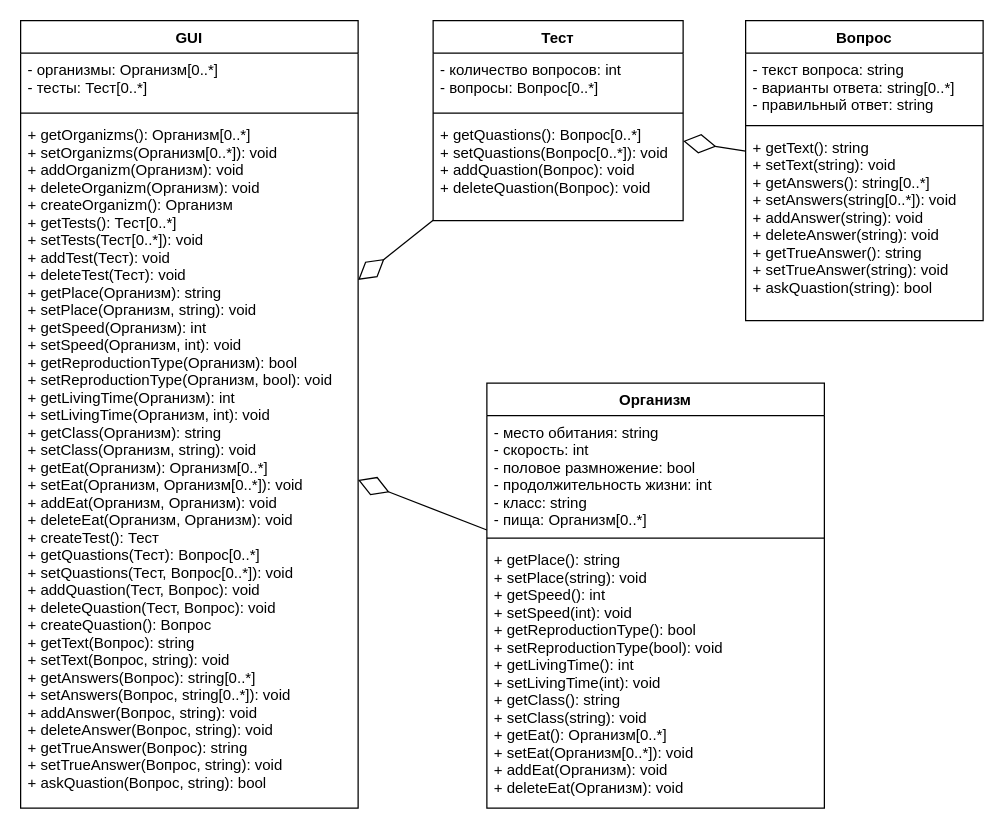
Before: class.drawio in kova5845/uml, a draw.io diagram. Source tidied: cells renumbered, new cells numbered last; positions are measured from the earlier drawing's top-left corner, leaving out a move shared by most shapes. Both pictures are drawn from the tidied source at 125%, with x=0, y=0 at pixel (20, 20).
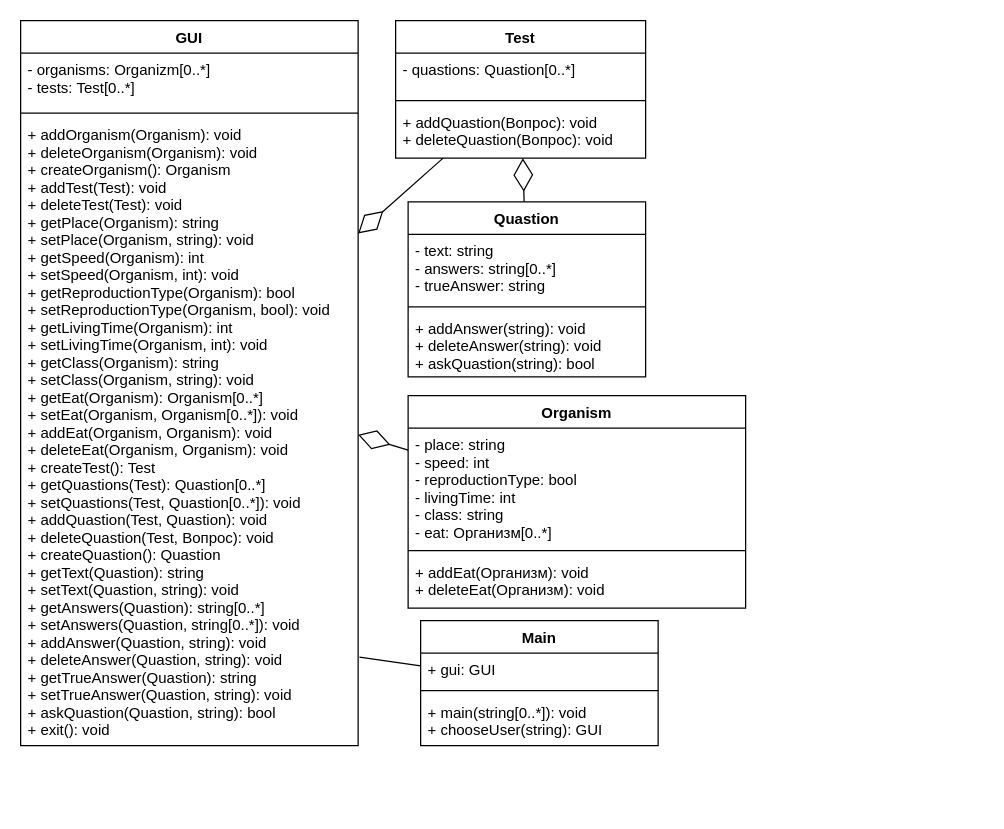
After the change.

What changed in the source:
```diff
@@
-    <mxCell id="2" value="Организм" style="swimlane;fontStyle=1;align=center;verticalAlign=top;horizontal=1;startSize=26;" parent="1" vertex="1">
-      <mxGeometry x="373" y="290" width="270" height="340" as="geometry" />
+    <mxCell id="2" value="Organism" style="swimlane;fontStyle=1;align=center;verticalAlign=top;horizontal=1;startSize=26;" parent="1" vertex="1">
+      <mxGeometry x="310" y="300" width="270" height="170" as="geometry" />
     </mxCell>
-    <mxCell id="3" value="- место обитания: string&#10;- скорость: int&#10;- половое размножение: bool&#10;- продолжительность жизни: int&#10;- класс: string&#10;- пища: Организм[0..*]&#10;" style="text;strokeColor=none;fillColor=none;align=left;verticalAlign=top;spacingLeft=4;spacingRight=4;overflow=hidden;" parent="2" vertex="1">
+    <mxCell id="3" value="- place: string&#10;- speed: int&#10;- reproductionType: bool&#10;- livingTime: int&#10;- class: string&#10;- eat: Организм[0..*]&#10;" style="text;strokeColor=none;fillColor=none;align=left;verticalAlign=top;spacingLeft=4;spacingRight=4;overflow=hidden;" parent="2" vertex="1">
       <mxGeometry y="26" width="270" height="94" as="geometry" />
     </mxCell>
@@
-    <mxCell id="5" value="+ getPlace(): string&#10;+ setPlace(string): void&#10;+ getSpeed(): int&#10;+ setSpeed(int): void&#10;+ getReproductionType(): bool&#10;+ setReproductionType(bool): void&#10;+ getLivingTime(): int&#10;+ setLivingTime(int): void&#10;+ getClass(): string&#10;+ setClass(string): void&#10;+ getEat(): Организм[0..*]&#10;+ setEat(Организм[0..*]): void&#10;+ addEat(Организм): void&#10;+ deleteEat(Организм): void" style="text;strokeColor=none;fillColor=none;align=left;verticalAlign=top;spacingLeft=4;spacingRight=4;overflow=hidden;" parent="2" vertex="1">
-      <mxGeometry y="128" width="270" height="212" as="geometry" />
+    <mxCell id="5" value="+ addEat(Организм): void&#10;+ deleteEat(Организм): void" style="text;strokeColor=none;fillColor=none;align=left;verticalAlign=top;spacingLeft=4;spacingRight=4;overflow=hidden;" parent="2" vertex="1">
+      <mxGeometry y="128" width="270" height="42" as="geometry" />
     </mxCell>
-    <mxCell id="6" value="Тест" style="swimlane;fontStyle=1;align=center;verticalAlign=top;horizontal=1;startSize=26;" parent="1" vertex="1">
-      <mxGeometry x="330" width="200" height="160" as="geometry" />
+    <mxCell id="6" value="Test" style="swimlane;fontStyle=1;align=center;verticalAlign=top;horizontal=1;startSize=26;" parent="1" vertex="1">
+      <mxGeometry x="300" width="200" height="110" as="geometry" />
     </mxCell>
-    <mxCell id="7" value="- количество вопросов: int&#10;- вопросы: Вопрос[0..*]" style="text;strokeColor=none;fillColor=none;align=left;verticalAlign=top;spacingLeft=4;spacingRight=4;overflow=hidden;" parent="6" vertex="1">
-      <mxGeometry y="26" width="200" height="44" as="geometry" />
+    <mxCell id="7" value="- quastions: Quastion[0..*]" style="text;strokeColor=none;fillColor=none;align=left;verticalAlign=top;spacingLeft=4;spacingRight=4;overflow=hidden;" parent="6" vertex="1">
+      <mxGeometry y="26" width="200" height="34" as="geometry" />
     </mxCell>
     <mxCell id="8" style="line;strokeWidth=1;fillColor=none;align=left;verticalAlign=middle;spacingTop=-1;spacingLeft=3;spacingRight=3;labelPosition=right;" parent="6" vertex="1">
-      <mxGeometry y="70" width="200" height="8" as="geometry" />
+      <mxGeometry y="60" width="200" height="8" as="geometry" />
     </mxCell>
-    <mxCell id="9" value="+ getQuastions(): Вопрос[0..*]&#10;+ setQuastions(Вопрос[0..*]): void&#10;+ addQuastion(Вопрос): void&#10;+ deleteQuastion(Вопрос): void" style="text;strokeColor=none;fillColor=none;align=left;verticalAlign=top;spacingLeft=4;spacingRight=4;overflow=hidden;" parent="6" vertex="1">
-      <mxGeometry y="78" width="200" height="82" as="geometry" />
+    <mxCell id="9" value="+ addQuastion(Вопрос): void&#10;+ deleteQuastion(Вопрос): void" style="text;strokeColor=none;fillColor=none;align=left;verticalAlign=top;spacingLeft=4;spacingRight=4;overflow=hidden;" parent="6" vertex="1">
+      <mxGeometry y="68" width="200" height="42" as="geometry" />
     </mxCell>
-    <mxCell id="10" value="Вопрос" style="swimlane;fontStyle=1;align=center;verticalAlign=top;horizontal=1;startSize=26;" parent="1" vertex="1">
-      <mxGeometry x="580" width="190" height="240" as="geometry" />
+    <mxCell id="10" value="Quastion" style="swimlane;fontStyle=1;align=center;verticalAlign=top;horizontal=1;startSize=26;" parent="1" vertex="1">
+      <mxGeometry x="310" y="145" width="190" height="140" as="geometry" />
     </mxCell>
-    <mxCell id="11" value="- текст вопроса: string&#10;- варианты ответа: string[0..*]&#10;- правильный ответ: string" style="text;strokeColor=none;fillColor=none;align=left;verticalAlign=top;spacingLeft=4;spacingRight=4;overflow=hidden;" parent="10" vertex="1">
+    <mxCell id="11" value="- text: string&#10;- answers: string[0..*]&#10;- trueAnswer: string" style="text;strokeColor=none;fillColor=none;align=left;verticalAlign=top;spacingLeft=4;spacingRight=4;overflow=hidden;" parent="10" vertex="1">
       <mxGeometry y="26" width="190" height="54" as="geometry" />
     </mxCell>
@@
-    <mxCell id="13" value="+ getText(): string&#10;+ setText(string): void&#10;+ getAnswers(): string[0..*]&#10;+ setAnswers(string[0..*]): void&#10;+ addAnswer(string): void&#10;+ deleteAnswer(string): void&#10;+ getTrueAnswer(): string&#10;+ setTrueAnswer(string): void&#10;+ askQuastion(string): bool" style="text;strokeColor=none;fillColor=none;align=left;verticalAlign=top;spacingLeft=4;spacingRight=4;overflow=hidden;" parent="10" vertex="1">
-      <mxGeometry y="88" width="190" height="152" as="geometry" />
+    <mxCell id="13" value="+ addAnswer(string): void&#10;+ deleteAnswer(string): void&#10;+ askQuastion(string): bool" style="text;strokeColor=none;fillColor=none;align=left;verticalAlign=top;spacingLeft=4;spacingRight=4;overflow=hidden;" parent="10" vertex="1">
+      <mxGeometry y="88" width="190" height="52" as="geometry" />
     </mxCell>
@@
     <mxCell id="15" value="GUI" style="swimlane;fontStyle=1;align=center;verticalAlign=top;horizontal=1;startSize=26;" parent="1" vertex="1">
-      <mxGeometry width="270" height="630" as="geometry" />
+      <mxGeometry width="270" height="580" as="geometry" />
     </mxCell>
-    <mxCell id="16" value="- организмы: Организм[0..*]&#10;- тесты: Тест[0..*]" style="text;strokeColor=none;fillColor=none;align=left;verticalAlign=top;spacingLeft=4;spacingRight=4;overflow=hidden;" parent="15" vertex="1">
+    <mxCell id="16" value="- organisms: Organizm[0..*]&#10;- tests: Test[0..*]" style="text;strokeColor=none;fillColor=none;align=left;verticalAlign=top;spacingLeft=4;spacingRight=4;overflow=hidden;" parent="15" vertex="1">
       <mxGeometry y="26" width="270" height="44" as="geometry" />
     </mxCell>
@@
-    <mxCell id="18" value="+ getOrganizms(): Организм[0..*]&#10;+ setOrganizms(Организм[0..*]): void&#10;+ addOrganizm(Организм): void&#10;+ deleteOrganizm(Организм): void&#10;+ createOrganizm(): Организм&#10;+ getTests(): Тест[0..*]&#10;+ setTests(Тест[0..*]): void&#10;+ addTest(Тест): void&#10;+ deleteTest(Тест): void&#10;+ getPlace(Организм): string&#10;+ setPlace(Организм, string): void&#10;+ getSpeed(Организм): int&#10;+ setSpeed(Организм, int): void&#10;+ getReproductionType(Организм): bool&#10;+ setReproductionType(Организм, bool): void&#10;+ getLivingTime(Организм): int&#10;+ setLivingTime(Организм, int): void&#10;+ getClass(Организм): string&#10;+ setClass(Организм, string): void&#10;+ getEat(Организм): Организм[0..*]&#10;+ setEat(Организм, Организм[0..*]): void&#10;+ addEat(Организм, Организм): void&#10;+ deleteEat(Организм, Организм): void&#10;+ createTest(): Тест&#10;+ getQuastions(Тест): Вопрос[0..*]&#10;+ setQuastions(Тест, Вопрос[0..*]): void&#10;+ addQuastion(Тест, Вопрос): void&#10;+ deleteQuastion(Тест, Вопрос): void&#10;+ createQuastion(): Вопрос&#10;+ getText(Вопрос): string&#10;+ setText(Вопрос, string): void&#10;+ getAnswers(Вопрос): string[0..*]&#10;+ setAnswers(Вопрос, string[0..*]): void&#10;+ addAnswer(Вопрос, string): void&#10;+ deleteAnswer(Вопрос, string): void&#10;+ getTrueAnswer(Вопрос): string&#10;+ setTrueAnswer(Вопрос, string): void&#10;+ askQuastion(Вопрос, string): bool" style="text;strokeColor=none;fillColor=none;align=left;verticalAlign=top;spacingLeft=4;spacingRight=4;overflow=hidden;points=[[0,0.5],[1,0.5]];portConstraint=eastwest;" parent="15" vertex="1">
-      <mxGeometry y="78" width="270" height="552" as="geometry" />
+    <mxCell id="18" value="+ addOrganism(Organism): void&#10;+ deleteOrganism(Organism): void&#10;+ createOrganism(): Organism&#10;+ addTest(Test): void&#10;+ deleteTest(Test): void&#10;+ getPlace(Organism): string&#10;+ setPlace(Organism, string): void&#10;+ getSpeed(Organism): int&#10;+ setSpeed(Organism, int): void&#10;+ getReproductionType(Organism): bool&#10;+ setReproductionType(Organism, bool): void&#10;+ getLivingTime(Organism): int&#10;+ setLivingTime(Organism, int): void&#10;+ getClass(Organism): string&#10;+ setClass(Organism, string): void&#10;+ getEat(Organism): Organism[0..*]&#10;+ setEat(Organism, Organism[0..*]): void&#10;+ addEat(Organism, Organism): void&#10;+ deleteEat(Organism, Organism): void&#10;+ createTest(): Test&#10;+ getQuastions(Test): Quastion[0..*]&#10;+ setQuastions(Test, Quastion[0..*]): void&#10;+ addQuastion(Test, Quastion): void&#10;+ deleteQuastion(Test, Вопрос): void&#10;+ createQuastion(): Quastion&#10;+ getText(Quastion): string&#10;+ setText(Quastion, string): void&#10;+ getAnswers(Quastion): string[0..*]&#10;+ setAnswers(Quastion, string[0..*]): void&#10;+ addAnswer(Quastion, string): void&#10;+ deleteAnswer(Quastion, string): void&#10;+ getTrueAnswer(Quastion): string&#10;+ setTrueAnswer(Quastion, string): void&#10;+ askQuastion(Quastion, string): bool&#10;+ exit(): void" style="text;strokeColor=none;fillColor=none;align=left;verticalAlign=top;spacingLeft=4;spacingRight=4;overflow=hidden;points=[[0,0.5],[1,0.5]];portConstraint=eastwest;" parent="15" vertex="1">
+      <mxGeometry y="78" width="270" height="502" as="geometry" />
     </mxCell>
@@
+    <mxCell id="21" value="Main" style="swimlane;fontStyle=1;align=center;verticalAlign=top;horizontal=1;startSize=26;" parent="1" vertex="1">
+      <mxGeometry x="320" y="480" width="190" height="100" as="geometry" />
+    </mxCell>
+    <mxCell id="22" value="+ gui: GUI" style="text;strokeColor=none;fillColor=none;align=left;verticalAlign=top;spacingLeft=4;spacingRight=4;overflow=hidden;" parent="21" vertex="1">
+      <mxGeometry y="26" width="190" height="26" as="geometry" />
+    </mxCell>
+    <mxCell id="23" style="line;strokeWidth=1;fillColor=none;align=left;verticalAlign=middle;spacingTop=-1;spacingLeft=3;spacingRight=3;labelPosition=right;" parent="21" vertex="1">
+      <mxGeometry y="52" width="190" height="8" as="geometry" />
+    </mxCell>
+    <mxCell id="24" value="+ main(string[0..*]): void&#10;+ chooseUser(string): GUI" style="text;strokeColor=none;fillColor=none;align=left;verticalAlign=top;spacingLeft=4;spacingRight=4;overflow=hidden;" parent="21" vertex="1">
+      <mxGeometry y="60" width="190" height="40" as="geometry" />
+    </mxCell>
+    <mxCell id="25" style="endArrow=none;html=1;exitX=1.004;exitY=0.859;exitDx=0;exitDy=0;exitPerimeter=0;" parent="1" edge="1" source="18" target="21">
+      <mxGeometry relative="1" as="geometry" />
+    </mxCell>
```
